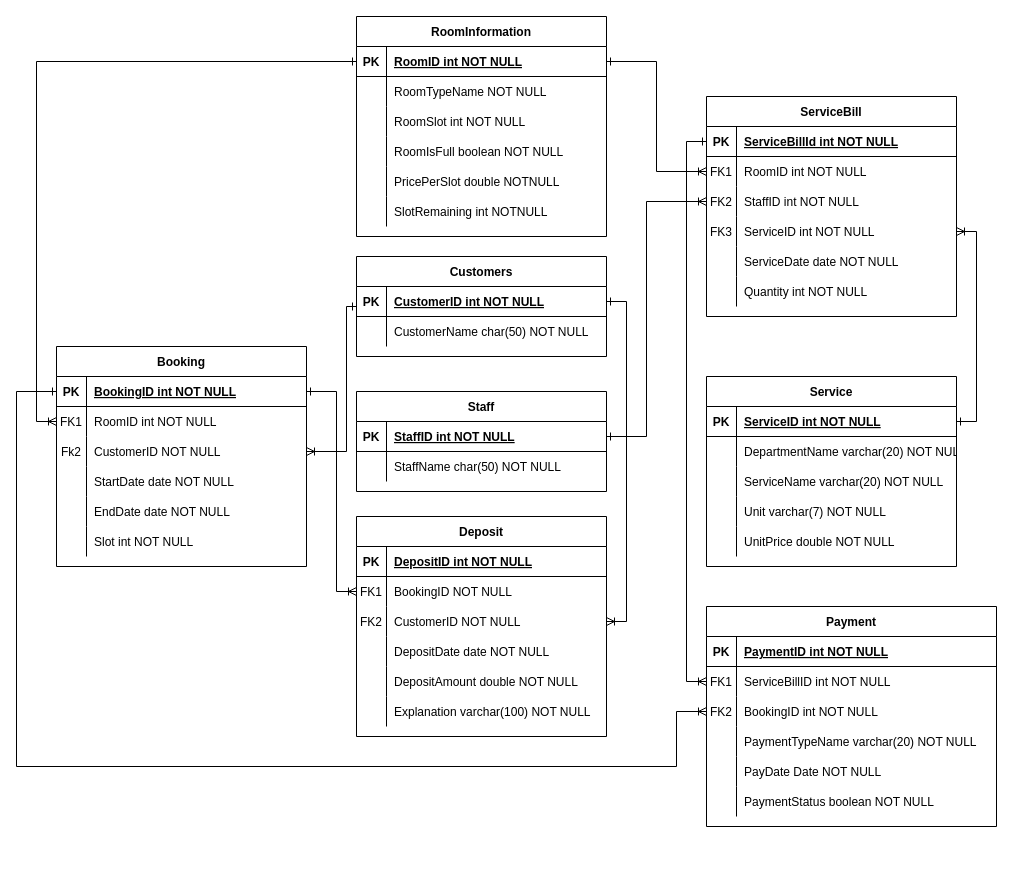
jonathanha52/SE104.L23.PMCL keeps this draw.io diagram as Diagram/Entity Relationship Diagram.drawio. Above is the earlier version. Source tidied: cells renumbered, new cells numbered last; positions are measured from the earlier drawing's top-left corner, leaving out a move shared by most shapes. Both pictures are drawn from the tidied source at 100%, with x=0, y=0 at pixel (16, 16).
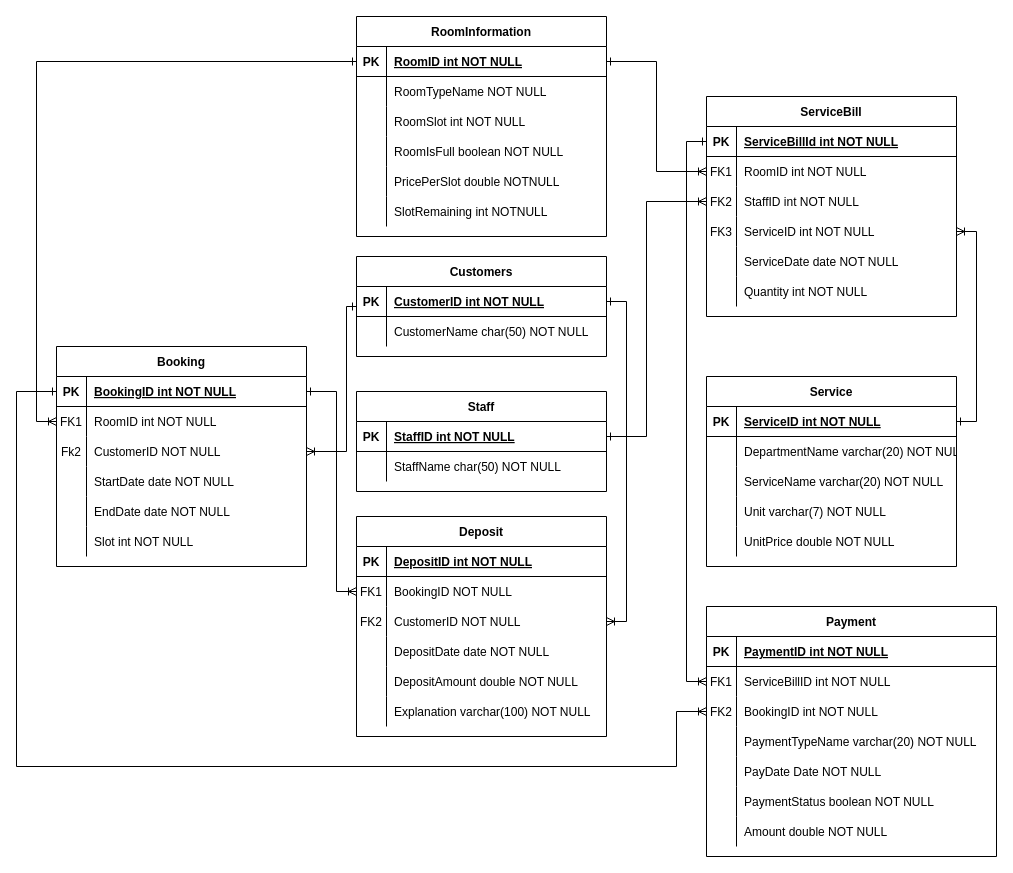
The same page after the edit.

Diff of the diagram source:
```diff
@@
     <mxCell id="91" value="Payment" style="shape=table;startSize=30;childLayout=tableLayout;rowLines=0;fontStyle=1;align=center;" parent="1" vertex="1">
-      <mxGeometry x="690" y="590" width="290" height="220" as="geometry" />
+      <mxGeometry x="690" y="590" width="290" height="250" as="geometry" />
     </mxCell>
@@
+    <mxCell id="136" style="shape=partialRectangle;fillColor=none;top=0;left=0;right=0;bottom=0;" parent="91" vertex="1">
+      <mxGeometry y="210" width="290" height="30" as="geometry" />
+    </mxCell>
+    <mxCell id="137" style="shape=partialRectangle;overflow=hidden;fillColor=none;top=0;left=0;bottom=0;right=0;" parent="136" vertex="1">
+      <mxGeometry width="30" height="30" as="geometry" />
+    </mxCell>
+    <mxCell id="138" value="Amount double NOT NULL" style="shape=partialRectangle;overflow=hidden;fillColor=none;top=0;left=0;bottom=0;right=0;align=left;spacingLeft=6;" parent="136" vertex="1">
+      <mxGeometry x="30" width="260" height="30" as="geometry" />
+    </mxCell>
```
